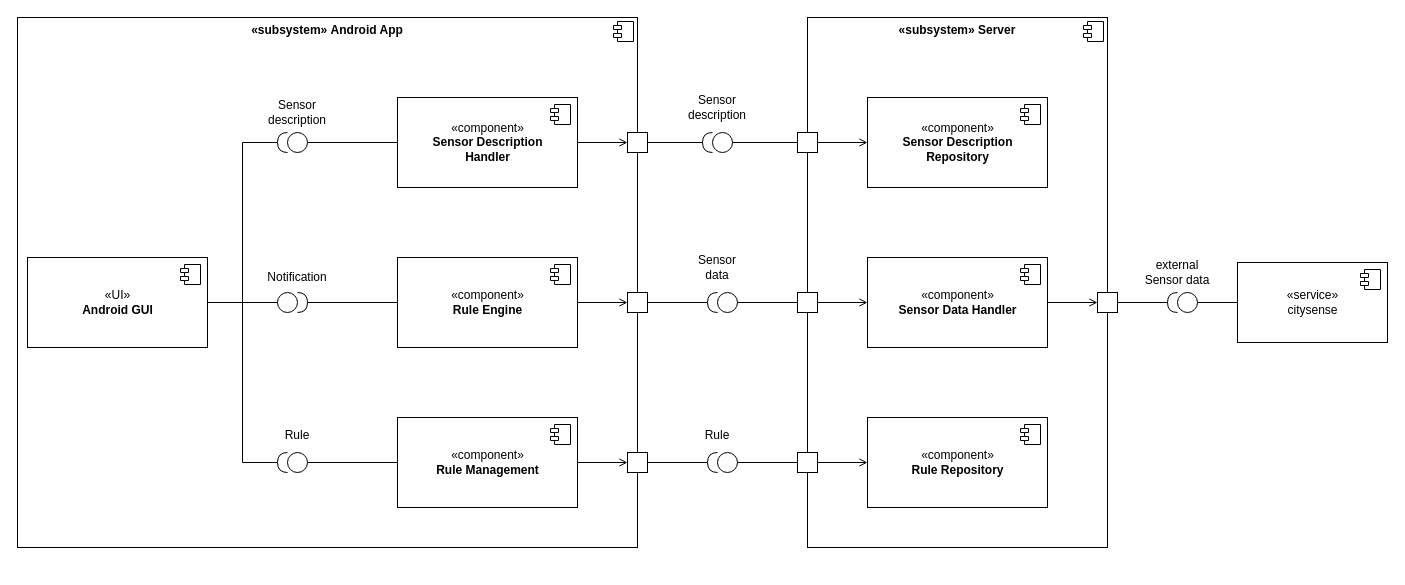
This is ComponentDiagram.drawio from frozzenshooter/LoRaParkAppDocumentation, a draw.io file, before an edit. Source tidied: cells renumbered, new cells numbered last; positions are measured from the earlier drawing's top-left corner, leaving out a move shared by most shapes. Both pictures are drawn from the tidied source at 100%, with x=0, y=0 at pixel (17, 17).
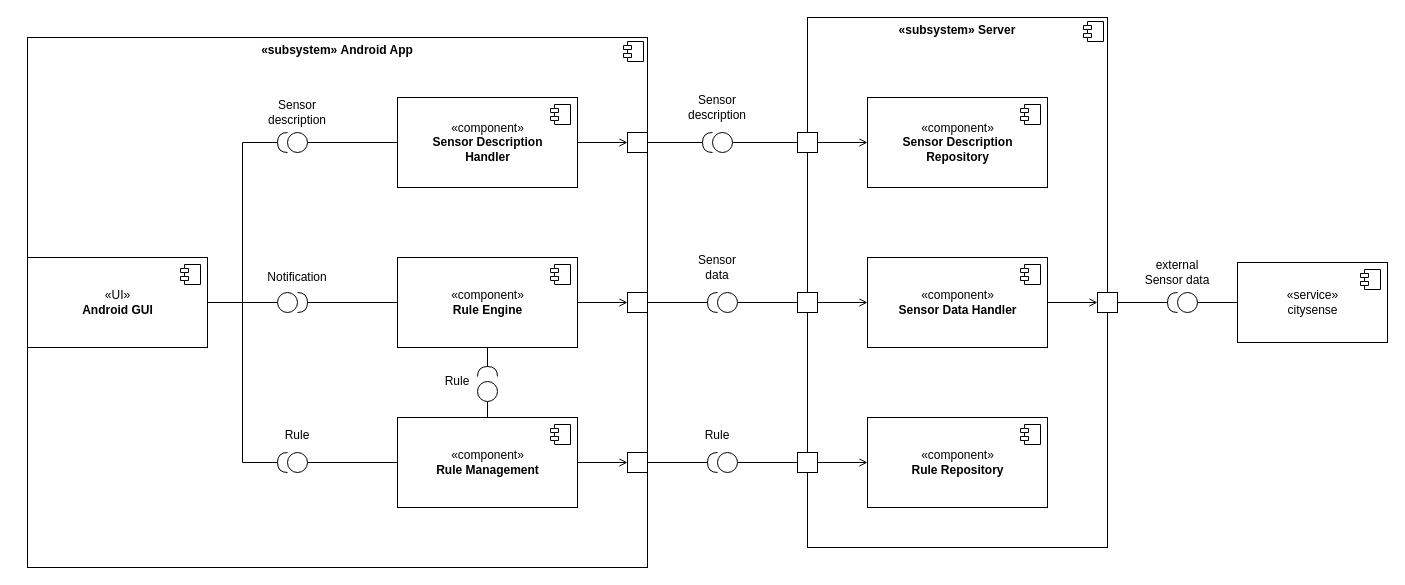
The same diagram, later.

Unchanged cells that the change refers to:
```xml
<mxCell id="5" value="«component»&lt;br&gt;&lt;b&gt;Rule Management&lt;/b&gt;" style="html=1;" parent="1" vertex="1">
  <mxGeometry x="380" y="400" width="180" height="90" as="geometry" />
</mxCell>
<mxCell id="9" value="«component»&lt;br&gt;&lt;b&gt;Rule Engine&lt;/b&gt;" style="html=1;" parent="1" vertex="1">
  <mxGeometry x="380" y="240" width="180" height="90" as="geometry" />
</mxCell>
```

Diff of the diagram source:
```diff
@@
     <mxCell id="2" value="&lt;p style=&quot;margin: 6px 0px 0px&quot;&gt;&lt;b&gt;«subsystem&lt;/b&gt;&lt;span&gt;&lt;b&gt;»&lt;/b&gt;&lt;/span&gt;&lt;b&gt;&amp;nbsp;A&lt;/b&gt;&lt;b&gt;ndroid App&lt;/b&gt;&lt;/p&gt;" style="align=center;overflow=fill;html=1;" parent="1" vertex="1">
-      <mxGeometry width="620" height="530" as="geometry" />
+      <mxGeometry x="10" y="20" width="620" height="530" as="geometry" />
     </mxCell>
@@
+    <mxCell id="71" style="rounded=0;jettySize=auto;html=1;entryX=0.5;entryY=0;entryDx=0;entryDy=0;endArrow=none;endFill=0;" parent="1" edge="1" source="72" target="5">
+      <mxGeometry relative="1" as="geometry" />
+    </mxCell>
+    <mxCell id="72" style="ellipse;whiteSpace=wrap;html=1;" parent="1" vertex="1">
+      <mxGeometry x="460" y="364" width="20" height="20" as="geometry" />
+    </mxCell>
+    <mxCell id="73" style="rounded=0;jettySize=auto;html=1;endArrow=none;endFill=0;" parent="1" edge="1" source="74" target="9">
+      <mxGeometry relative="1" as="geometry" />
+    </mxCell>
+    <mxCell id="74" style="shape=requiredInterface;html=1;verticalLabelPosition=bottom;rotation=-90;" parent="1" vertex="1">
+      <mxGeometry x="465" y="344" width="10" height="20" as="geometry" />
+    </mxCell>
+    <mxCell id="75" value="Rule" style="text;html=1;strokeColor=none;fillColor=none;align=center;verticalAlign=middle;whiteSpace=wrap;rounded=0;" parent="1" vertex="1">
+      <mxGeometry x="420" y="354" width="40" height="20" as="geometry" />
+    </mxCell>
```
